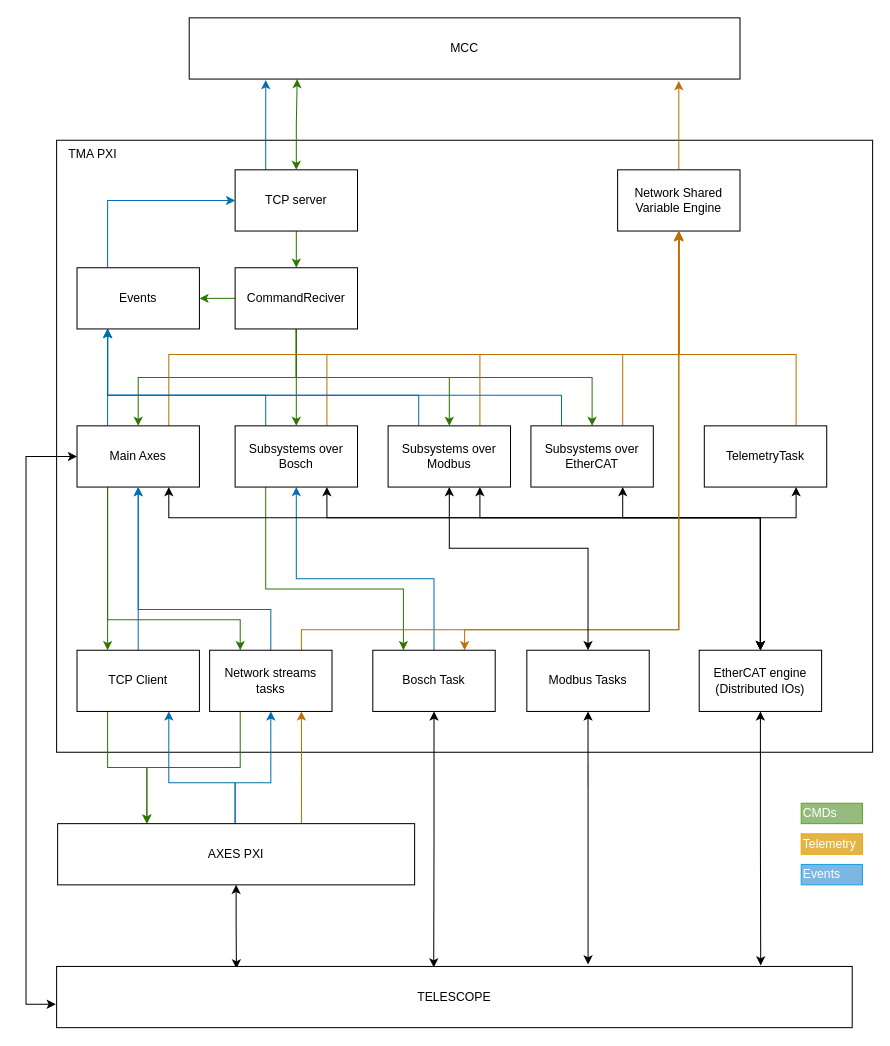
Above: page "TMAPXI" (1 of 2) of Resources/DrawIO/RealTimeStructure.drawio in lsst-ts/ts_tma_tma-documentation_pxi-controller_documentation (draw.io), before the change. Source tidied: cells renumbered, new cells numbered last; positions are measured from the earlier drawing's top-left corner, leaving out a move shared by most shapes. Both pictures are drawn from the tidied source at 102%, with x=0, y=0 at pixel (26, 17).
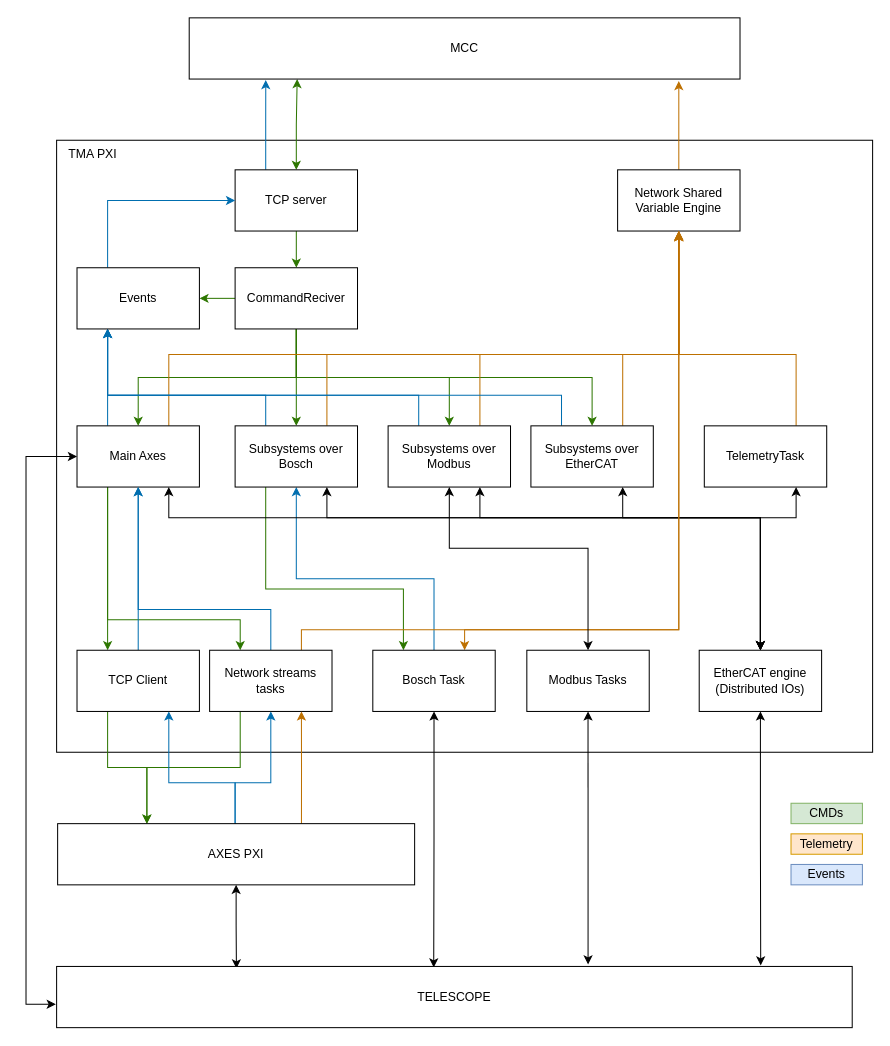
After the change.

Diff of the diagram source:
```diff
@@
-    <mxCell id="61" value="CMDs" style="rounded=0;whiteSpace=wrap;html=1;align=left;fontColor=#ffffff;gradientDirection=east;strokeColor=#60A917;fillColor=#94BD7D;" parent="1" vertex="1">
-      <mxGeometry x="760" y="770" width="60" height="20" as="geometry" />
+    <mxCell id="61" value="&lt;font color=&quot;#000000&quot;&gt;CMDs&lt;/font&gt;" style="rounded=0;whiteSpace=wrap;html=1;align=center;gradientDirection=east;strokeColor=#82b366;fillColor=#d5e8d4;" parent="1" vertex="1">
+      <mxGeometry x="750" y="770" width="70" height="20" as="geometry" />
     </mxCell>
-    <mxCell id="62" value="Telemetry" style="rounded=0;whiteSpace=wrap;html=1;align=left;fontColor=#ffffff;gradientDirection=east;strokeColor=#F0A30A;fillColor=#E3B446;" parent="1" vertex="1">
-      <mxGeometry x="760" y="800" width="60" height="20" as="geometry" />
+    <mxCell id="62" value="&lt;font color=&quot;#000000&quot;&gt;Telemetry&lt;/font&gt;" style="rounded=0;whiteSpace=wrap;html=1;align=center;gradientDirection=east;strokeColor=#d79b00;fillColor=#ffe6cc;" parent="1" vertex="1">
+      <mxGeometry x="750" y="800" width="70" height="20" as="geometry" />
     </mxCell>
-    <mxCell id="63" value="Events" style="rounded=0;whiteSpace=wrap;html=1;align=left;fontColor=#ffffff;gradientDirection=east;strokeColor=#1BA1E2;fillColor=#7CB6E2;" parent="1" vertex="1">
-      <mxGeometry x="760" y="830" width="60" height="20" as="geometry" />
+    <mxCell id="63" value="&lt;font color=&quot;#000000&quot;&gt;Events&lt;/font&gt;" style="rounded=0;whiteSpace=wrap;html=1;align=center;gradientDirection=east;strokeColor=#6c8ebf;fillColor=#dae8fc;" parent="1" vertex="1">
+      <mxGeometry x="750" y="830" width="70" height="20" as="geometry" />
     </mxCell>
```
